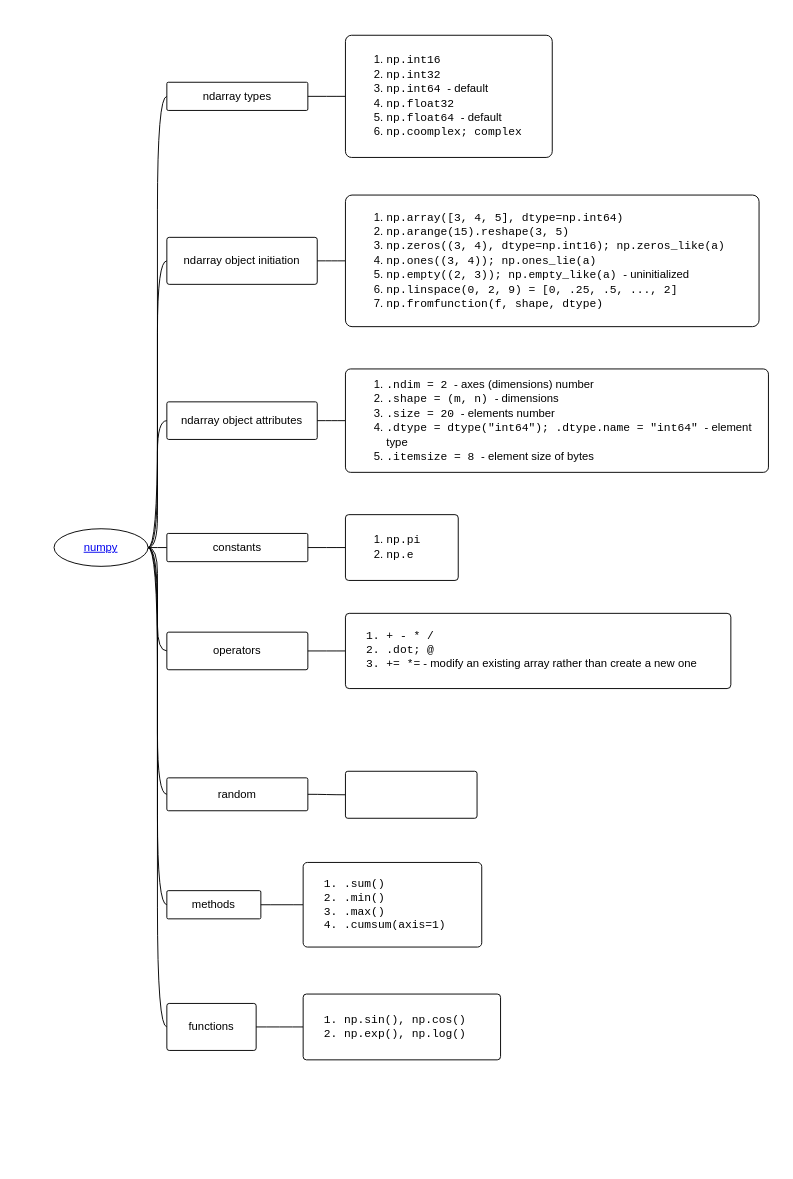
yangdj/tf_docs keeps this draw.io diagram as languages/python/stat/numpy.drawio. Above is the earlier version. Source tidied: cells renumbered, new cells numbered last; positions are measured from the earlier drawing's top-left corner, leaving out a move shared by most shapes. Both pictures are drawn from the tidied source at 94%, with x=0, y=0 at pixel (16, 16).
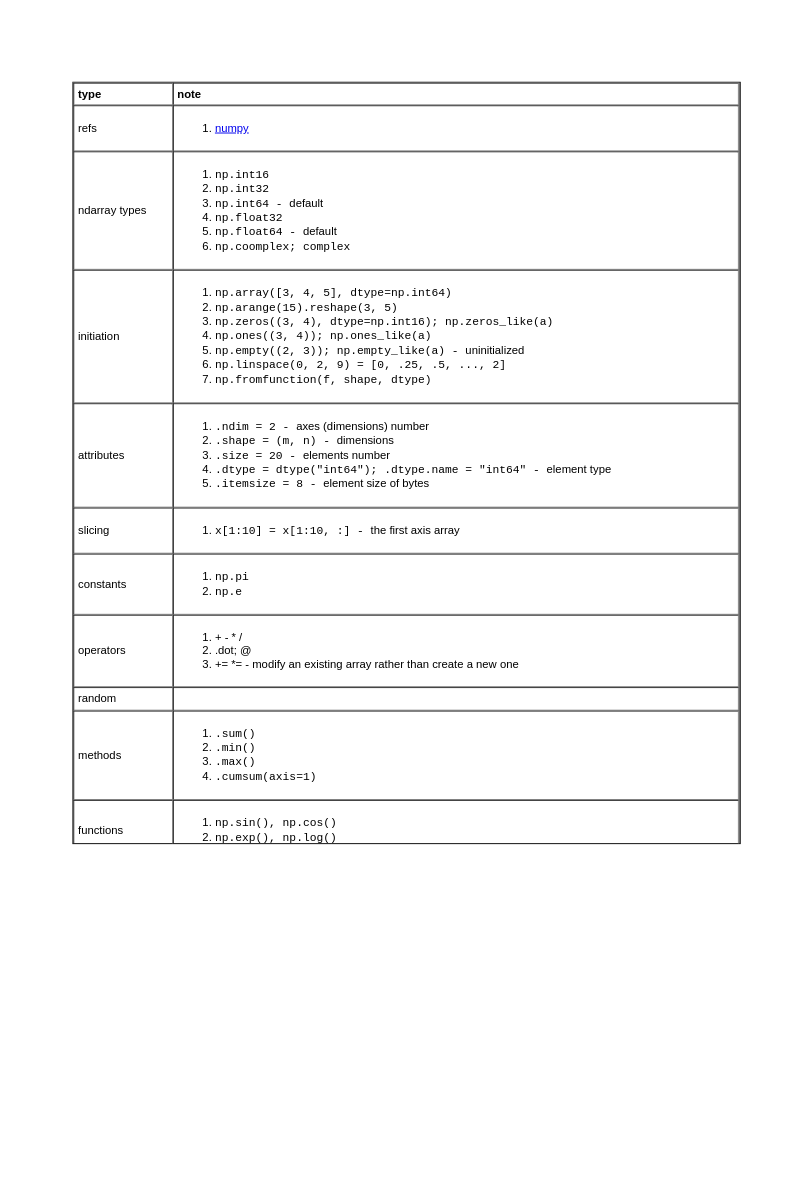
After the change.

The edit, as a diff of the source:
```diff
@@
-    <mxCell id="0" />
-    <mxCell id="1" parent="0" />
-    <mxCell id="2" style="swimlane;html=1;startSize=15;horizontal=1;containerType=tree;strokeColor=none;fillColor=none;" parent="1" vertex="1">
-      <mxGeometry width="810" height="1220" as="geometry" />
-    </mxCell>
-    <mxCell id="3" style="edgeStyle=entityRelationEdgeStyle;startArrow=none;endArrow=none;segment=10;curved=1;" parent="2" edge="1" source="4" target="5">
-      <mxGeometry relative="1" as="geometry" />
-    </mxCell>
-    <mxCell id="4" value="&lt;a href=&quot;https://numpy.org&quot;&gt;numpy&lt;/a&gt;" style="ellipse;whiteSpace=wrap;html=1;align=center;newEdgeStyle={&quot;edgeStyle&quot;:&quot;entityRelationEdgeStyle&quot;,&quot;startArrow&quot;:&quot;none&quot;,&quot;endArrow&quot;:&quot;none&quot;,&quot;segment&quot;:10,&quot;curved&quot;:1};" parent="2" vertex="1">
-      <mxGeometry x="40" y="545" width="100" height="40" as="geometry" />
-    </mxCell>
-    <mxCell id="5" value="&lt;p&gt;ndarray types&lt;/p&gt;" style="whiteSpace=wrap;html=1;rounded=1;arcSize=5;align=center;verticalAlign=middle;strokeWidth=1;spacing=4;newEdgeStyle={&quot;edgeStyle&quot;:&quot;entityRelationEdgeStyle&quot;,&quot;startArrow&quot;:&quot;none&quot;,&quot;endArrow&quot;:&quot;none&quot;,&quot;segment&quot;:10,&quot;curved&quot;:1};direction=east;" parent="2" vertex="1">
-      <mxGeometry x="160" y="70" width="150" height="30" as="geometry" />
-    </mxCell>
-    <mxCell id="6" style="edgeStyle=entityRelationEdgeStyle;startArrow=none;endArrow=none;segment=10;curved=1;" parent="2" edge="1" source="4" target="7">
-      <mxGeometry relative="1" as="geometry" />
-    </mxCell>
-    <mxCell id="7" value="&lt;p&gt;ndarray object attributes&lt;/p&gt;" style="whiteSpace=wrap;html=1;rounded=1;arcSize=5;align=center;verticalAlign=middle;strokeWidth=1;spacing=4;newEdgeStyle={&quot;edgeStyle&quot;:&quot;entityRelationEdgeStyle&quot;,&quot;startArrow&quot;:&quot;none&quot;,&quot;endArrow&quot;:&quot;none&quot;,&quot;segment&quot;:10,&quot;curved&quot;:1};" parent="2" vertex="1">
-      <mxGeometry x="160" y="410" width="160" height="40" as="geometry" />
-    </mxCell>
-    <mxCell id="8" style="edgeStyle=entityRelationEdgeStyle;startArrow=none;endArrow=none;segment=10;curved=1;" parent="2" edge="1" source="4" target="9">
-      <mxGeometry relative="1" as="geometry" />
-    </mxCell>
-    <mxCell id="9" value="&lt;p&gt;ndarray object initiation&lt;/p&gt;" style="whiteSpace=wrap;html=1;rounded=1;arcSize=5;align=center;verticalAlign=middle;strokeWidth=1;spacing=4;newEdgeStyle={&quot;edgeStyle&quot;:&quot;entityRelationEdgeStyle&quot;,&quot;startArrow&quot;:&quot;none&quot;,&quot;endArrow&quot;:&quot;none&quot;,&quot;segment&quot;:10,&quot;curved&quot;:1};direction=east;" parent="2" vertex="1">
-      <mxGeometry x="160" y="235" width="160" height="50" as="geometry" />
-    </mxCell>
-    <mxCell id="10" style="edgeStyle=entityRelationEdgeStyle;startArrow=none;endArrow=none;segment=10;curved=1;" parent="2" edge="1" source="4" target="11">
-      <mxGeometry relative="1" as="geometry" />
-    </mxCell>
-    <mxCell id="11" value="&lt;p&gt;constants&lt;/p&gt;" style="whiteSpace=wrap;html=1;rounded=1;arcSize=5;align=center;verticalAlign=middle;strokeWidth=1;spacing=4;newEdgeStyle={&quot;edgeStyle&quot;:&quot;entityRelationEdgeStyle&quot;,&quot;startArrow&quot;:&quot;none&quot;,&quot;endArrow&quot;:&quot;none&quot;,&quot;segment&quot;:10,&quot;curved&quot;:1};" parent="2" vertex="1">
-      <mxGeometry x="160" y="550" width="150" height="30" as="geometry" />
-    </mxCell>
-    <mxCell id="12" style="edgeStyle=entityRelationEdgeStyle;startArrow=none;endArrow=none;segment=10;curved=1;" parent="2" edge="1" source="5" target="13">
-      <mxGeometry relative="1" as="geometry" />
-    </mxCell>
-    <mxCell id="13" value="&lt;div&gt;&lt;ol&gt;&lt;li&gt;&lt;font face=&quot;Courier New&quot;&gt;np.int16&lt;/font&gt;&lt;/li&gt;&lt;li&gt;&lt;font face=&quot;Courier New&quot;&gt;np.int32&lt;/font&gt;&lt;/li&gt;&lt;li&gt;&lt;font face=&quot;Courier New&quot;&gt;np.int64 &lt;/font&gt;- default&lt;/li&gt;&lt;li&gt;&lt;font face=&quot;Courier New&quot;&gt;np.float32&lt;/font&gt;&lt;/li&gt;&lt;li&gt;&lt;font face=&quot;Courier New&quot;&gt;np.float64 &lt;/font&gt;- default&lt;/li&gt;&lt;li&gt;&lt;font face=&quot;Courier New&quot;&gt;np.coomplex; complex&lt;/font&gt;&lt;/li&gt;&lt;/ol&gt;&lt;/div&gt;" style="whiteSpace=wrap;html=1;rounded=1;arcSize=5;align=left;verticalAlign=middle;strokeWidth=1;spacing=4;newEdgeStyle={&quot;edgeStyle&quot;:&quot;entityRelationEdgeStyle&quot;,&quot;startArrow&quot;:&quot;none&quot;,&quot;endArrow&quot;:&quot;none&quot;,&quot;segment&quot;:10,&quot;curved&quot;:1};direction=east;" parent="2" vertex="1">
-      <mxGeometry x="350" y="20" width="220" height="130" as="geometry" />
-    </mxCell>
-    <mxCell id="14" style="edgeStyle=entityRelationEdgeStyle;startArrow=none;endArrow=none;segment=10;curved=1;" parent="2" edge="1" source="9" target="15">
-      <mxGeometry relative="1" as="geometry" />
-    </mxCell>
-    <mxCell id="15" value="&lt;div&gt;&lt;ol&gt;&lt;li&gt;&lt;font face=&quot;Courier New&quot;&gt;np.array([3, 4, 5], dtype=np.int64)&lt;/font&gt;&lt;/li&gt;&lt;li&gt;&lt;font face=&quot;Courier New&quot;&gt;np.arange(15).reshape(3, 5)&lt;/font&gt;&lt;/li&gt;&lt;li&gt;&lt;font face=&quot;Courier New&quot;&gt;np.zeros((3, 4), dtype=np.int16); np.zeros_like(a)&lt;/font&gt;&lt;/li&gt;&lt;li&gt;&lt;font face=&quot;Courier New&quot;&gt;np.ones((3, 4)); np.ones_lie(a)&lt;/font&gt;&lt;/li&gt;&lt;li&gt;&lt;font face=&quot;Courier New&quot;&gt;np.empty((2, 3)); np.empty_like(a)&amp;nbsp;&lt;/font&gt;- uninitialized&lt;/li&gt;&lt;li&gt;&lt;font face=&quot;Courier New&quot;&gt;np.linspace(0, 2, 9) = [0, .25, .5, ..., 2]&lt;/font&gt;&lt;/li&gt;&lt;li&gt;&lt;font face=&quot;Courier New&quot;&gt;np.fromfunction(f, shape, dtype)&lt;/font&gt;&lt;/li&gt;&lt;/ol&gt;&lt;/div&gt;" style="whiteSpace=wrap;html=1;rounded=1;arcSize=5;align=left;verticalAlign=middle;strokeWidth=1;spacing=4;newEdgeStyle={&quot;edgeStyle&quot;:&quot;entityRelationEdgeStyle&quot;,&quot;startArrow&quot;:&quot;none&quot;,&quot;endArrow&quot;:&quot;none&quot;,&quot;segment&quot;:10,&quot;curved&quot;:1};direction=east;" parent="2" vertex="1">
-      <mxGeometry x="350" y="190" width="440" height="140" as="geometry" />
-    </mxCell>
-    <mxCell id="16" style="edgeStyle=entityRelationEdgeStyle;startArrow=none;endArrow=none;segment=10;curved=1;" parent="2" edge="1" source="7" target="17">
-      <mxGeometry relative="1" as="geometry" />
-    </mxCell>
-    <mxCell id="17" value="&lt;div&gt;&lt;ol&gt;&lt;li&gt;&lt;font face=&quot;Courier New&quot;&gt;.ndim = 2&amp;nbsp;&lt;/font&gt;- axes (dimensions) number&lt;/li&gt;&lt;li&gt;&lt;font face=&quot;Courier New&quot;&gt;.shape = (m, n)&amp;nbsp;&lt;/font&gt;- dimensions&lt;/li&gt;&lt;li&gt;&lt;font face=&quot;Courier New&quot;&gt;.size = 20&amp;nbsp;&lt;/font&gt;- elements number&lt;/li&gt;&lt;li&gt;&lt;font face=&quot;Courier New&quot;&gt;.dtype = dtype(&quot;int64&quot;); .dtype.name = &quot;int64&quot;&amp;nbsp;&lt;/font&gt;- element type&lt;/li&gt;&lt;li&gt;&lt;font face=&quot;Courier New&quot;&gt;.itemsize = 8&amp;nbsp;&lt;/font&gt;- element size of bytes&lt;/li&gt;&lt;/ol&gt;&lt;/div&gt;" style="whiteSpace=wrap;html=1;rounded=1;arcSize=5;align=left;verticalAlign=middle;strokeWidth=1;spacing=4;newEdgeStyle={&quot;edgeStyle&quot;:&quot;entityRelationEdgeStyle&quot;,&quot;startArrow&quot;:&quot;none&quot;,&quot;endArrow&quot;:&quot;none&quot;,&quot;segment&quot;:10,&quot;curved&quot;:1};" parent="2" vertex="1">
-      <mxGeometry x="350" y="375" width="450" height="110" as="geometry" />
-    </mxCell>
-    <mxCell id="18" style="edgeStyle=entityRelationEdgeStyle;startArrow=none;endArrow=none;segment=10;curved=1;" parent="2" edge="1" source="11" target="19">
-      <mxGeometry relative="1" as="geometry" />
-    </mxCell>
-    <mxCell id="19" value="&lt;div&gt;&lt;ol&gt;&lt;li&gt;&lt;font face=&quot;Courier New&quot;&gt;np.pi&lt;/font&gt;&lt;/li&gt;&lt;li&gt;&lt;font face=&quot;Courier New&quot;&gt;np.e&lt;/font&gt;&lt;/li&gt;&lt;/ol&gt;&lt;/div&gt;" style="whiteSpace=wrap;html=1;rounded=1;arcSize=5;align=left;verticalAlign=middle;strokeWidth=1;spacing=4;newEdgeStyle={&quot;edgeStyle&quot;:&quot;entityRelationEdgeStyle&quot;,&quot;startArrow&quot;:&quot;none&quot;,&quot;endArrow&quot;:&quot;none&quot;,&quot;segment&quot;:10,&quot;curved&quot;:1};" parent="2" vertex="1">
-      <mxGeometry x="350" y="530" width="120" height="70" as="geometry" />
-    </mxCell>
-    <mxCell id="20" style="edgeStyle=entityRelationEdgeStyle;startArrow=none;endArrow=none;segment=10;curved=1;" parent="2" edge="1" source="4" target="21">
-      <mxGeometry relative="1" as="geometry" />
-    </mxCell>
-    <mxCell id="21" value="&lt;p&gt;operators&lt;/p&gt;" style="whiteSpace=wrap;html=1;rounded=1;arcSize=5;align=center;verticalAlign=middle;strokeWidth=1;spacing=4;newEdgeStyle={&quot;edgeStyle&quot;:&quot;entityRelationEdgeStyle&quot;,&quot;startArrow&quot;:&quot;none&quot;,&quot;endArrow&quot;:&quot;none&quot;,&quot;segment&quot;:10,&quot;curved&quot;:1};" parent="2" vertex="1">
-      <mxGeometry x="160" y="655" width="150" height="40" as="geometry" />
-    </mxCell>
-    <mxCell id="22" style="edgeStyle=entityRelationEdgeStyle;startArrow=none;endArrow=none;segment=10;curved=1;" parent="2" edge="1" source="21" target="23">
-      <mxGeometry relative="1" as="geometry" />
-    </mxCell>
-    <mxCell id="23" value="&lt;p&gt;&lt;/p&gt;&lt;ol&gt;&lt;li&gt;+ - * /&lt;/li&gt;&lt;li&gt;.dot; @&lt;/li&gt;&lt;li&gt;+= *=&lt;font face=&quot;Helvetica&quot;&gt;&amp;nbsp;- modify an existing array rather than create a new one&lt;/font&gt;&lt;/li&gt;&lt;/ol&gt;&lt;p&gt;&lt;/p&gt;" style="whiteSpace=wrap;html=1;rounded=1;arcSize=5;align=left;verticalAlign=middle;strokeWidth=1;spacing=4;newEdgeStyle={&quot;edgeStyle&quot;:&quot;entityRelationEdgeStyle&quot;,&quot;startArrow&quot;:&quot;none&quot;,&quot;endArrow&quot;:&quot;none&quot;,&quot;segment&quot;:10,&quot;curved&quot;:1};fontFamily=Courier New;" parent="2" vertex="1">
-      <mxGeometry x="350" y="635" width="410" height="80" as="geometry" />
-    </mxCell>
-    <mxCell id="24" style="edgeStyle=entityRelationEdgeStyle;startArrow=none;endArrow=none;segment=10;curved=1;" parent="2" edge="1" source="4" target="25">
-      <mxGeometry relative="1" as="geometry" />
-    </mxCell>
-    <mxCell id="25" value="&lt;p&gt;random&lt;/p&gt;" style="whiteSpace=wrap;html=1;rounded=1;arcSize=5;align=center;verticalAlign=middle;strokeWidth=1;spacing=4;newEdgeStyle={&quot;edgeStyle&quot;:&quot;entityRelationEdgeStyle&quot;,&quot;startArrow&quot;:&quot;none&quot;,&quot;endArrow&quot;:&quot;none&quot;,&quot;segment&quot;:10,&quot;curved&quot;:1};" parent="2" vertex="1">
-      <mxGeometry x="160" y="810" width="150" height="35" as="geometry" />
-    </mxCell>
-    <mxCell id="26" style="edgeStyle=entityRelationEdgeStyle;startArrow=none;endArrow=none;segment=10;curved=1;" parent="2" edge="1" source="25" target="27">
-      <mxGeometry relative="1" as="geometry" />
-    </mxCell>
-    <mxCell id="27" value="&lt;p&gt;&lt;br&gt;&lt;/p&gt;" style="whiteSpace=wrap;html=1;rounded=1;arcSize=5;align=center;verticalAlign=middle;strokeWidth=1;spacing=4;newEdgeStyle={&quot;edgeStyle&quot;:&quot;entityRelationEdgeStyle&quot;,&quot;startArrow&quot;:&quot;none&quot;,&quot;endArrow&quot;:&quot;none&quot;,&quot;segment&quot;:10,&quot;curved&quot;:1};" parent="2" vertex="1">
-      <mxGeometry x="350" y="803" width="140" height="50" as="geometry" />
-    </mxCell>
-    <mxCell id="28" style="edgeStyle=entityRelationEdgeStyle;startArrow=none;endArrow=none;segment=10;curved=1;" parent="2" edge="1" source="4" target="29">
-      <mxGeometry relative="1" as="geometry" />
-    </mxCell>
-    <mxCell id="29" value="&lt;p&gt;methods&lt;/p&gt;" style="whiteSpace=wrap;html=1;rounded=1;arcSize=5;align=center;verticalAlign=middle;strokeWidth=1;spacing=4;newEdgeStyle={&quot;edgeStyle&quot;:&quot;entityRelationEdgeStyle&quot;,&quot;startArrow&quot;:&quot;none&quot;,&quot;endArrow&quot;:&quot;none&quot;,&quot;segment&quot;:10,&quot;curved&quot;:1};" parent="2" vertex="1">
-      <mxGeometry x="160" y="930" width="100" height="30" as="geometry" />
-    </mxCell>
-    <mxCell id="30" style="edgeStyle=entityRelationEdgeStyle;startArrow=none;endArrow=none;segment=10;curved=1;" parent="2" edge="1" source="29" target="31">
-      <mxGeometry relative="1" as="geometry" />
-    </mxCell>
-    <mxCell id="31" value="&lt;p&gt;&lt;/p&gt;&lt;ol&gt;&lt;li&gt;.sum()&lt;/li&gt;&lt;li&gt;.min()&lt;/li&gt;&lt;li&gt;.max()&lt;/li&gt;&lt;li&gt;.cumsum(axis=1)&lt;/li&gt;&lt;/ol&gt;&lt;p&gt;&lt;/p&gt;" style="whiteSpace=wrap;html=1;rounded=1;arcSize=5;align=left;verticalAlign=middle;strokeWidth=1;spacing=4;newEdgeStyle={&quot;edgeStyle&quot;:&quot;entityRelationEdgeStyle&quot;,&quot;startArrow&quot;:&quot;none&quot;,&quot;endArrow&quot;:&quot;none&quot;,&quot;segment&quot;:10,&quot;curved&quot;:1};fontFamily=Courier New;" parent="2" vertex="1">
-      <mxGeometry x="305" y="900" width="190" height="90" as="geometry" />
-    </mxCell>
-    <mxCell id="32" style="edgeStyle=entityRelationEdgeStyle;startArrow=none;endArrow=none;segment=10;curved=1;" parent="2" edge="1" source="4" target="33">
-      <mxGeometry relative="1" as="geometry" />
-    </mxCell>
-    <mxCell id="33" value="&lt;p&gt;functions&lt;/p&gt;" style="whiteSpace=wrap;html=1;rounded=1;arcSize=5;align=center;verticalAlign=middle;strokeWidth=1;spacing=4;newEdgeStyle={&quot;edgeStyle&quot;:&quot;entityRelationEdgeStyle&quot;,&quot;startArrow&quot;:&quot;none&quot;,&quot;endArrow&quot;:&quot;none&quot;,&quot;segment&quot;:10,&quot;curved&quot;:1};" parent="2" vertex="1">
-      <mxGeometry x="160" y="1050" width="95" height="50" as="geometry" />
-    </mxCell>
-    <mxCell id="34" style="edgeStyle=entityRelationEdgeStyle;startArrow=none;endArrow=none;segment=10;curved=1;" parent="2" edge="1" source="33" target="35">
-      <mxGeometry relative="1" as="geometry" />
-    </mxCell>
-    <mxCell id="35" value="&lt;p&gt;&lt;/p&gt;&lt;ol&gt;&lt;li&gt;np.sin(), np.cos()&lt;/li&gt;&lt;li&gt;np.exp(), np.log()&lt;/li&gt;&lt;/ol&gt;&lt;p&gt;&lt;/p&gt;" style="whiteSpace=wrap;html=1;rounded=1;arcSize=5;align=left;verticalAlign=middle;strokeWidth=1;spacing=4;newEdgeStyle={&quot;edgeStyle&quot;:&quot;entityRelationEdgeStyle&quot;,&quot;startArrow&quot;:&quot;none&quot;,&quot;endArrow&quot;:&quot;none&quot;,&quot;segment&quot;:10,&quot;curved&quot;:1};fontFamily=Courier New;" parent="2" vertex="1">
-      <mxGeometry x="305" y="1040" width="210" height="70" as="geometry" />
-    </mxCell>
+    <mxCell id="36" />
+    <mxCell id="37" parent="36" />
+    <mxCell id="38" value="&lt;table cellpadding=&quot;4&quot; cellspacing=&quot;0&quot; border=&quot;1&quot; style=&quot;font-size: 1em ; width: 100% ; height: 100%&quot;&gt;&lt;tbody&gt;&lt;tr&gt;&lt;th&gt;type&lt;/th&gt;&lt;th&gt;note&lt;/th&gt;&lt;/tr&gt;&lt;tr&gt;&lt;td&gt;refs&lt;/td&gt;&lt;td&gt;&lt;ol&gt;&lt;li&gt;&lt;a href=&quot;https://numpy.org/devdocs/reference/index.html#reference&quot;&gt;numpy&lt;/a&gt;&lt;/li&gt;&lt;/ol&gt;&lt;/td&gt;&lt;/tr&gt;&lt;tr&gt;&lt;td&gt;&lt;span style=&quot;text-align: center&quot;&gt;ndarray types&lt;/span&gt;&lt;/td&gt;&lt;td&gt;&lt;ol&gt;&lt;li&gt;&lt;font face=&quot;Courier New&quot;&gt;np.int16&lt;/font&gt;&lt;/li&gt;&lt;li&gt;&lt;font face=&quot;Courier New&quot;&gt;np.int32&lt;/font&gt;&lt;/li&gt;&lt;li&gt;&lt;font face=&quot;Courier New&quot;&gt;np.int64 -&amp;nbsp;&lt;/font&gt;default&lt;/li&gt;&lt;li&gt;&lt;font face=&quot;Courier New&quot;&gt;np.float32&lt;/font&gt;&lt;/li&gt;&lt;li&gt;&lt;font face=&quot;Courier New&quot;&gt;np.float64 -&amp;nbsp;&lt;/font&gt;default&lt;/li&gt;&lt;li&gt;&lt;font face=&quot;Courier New&quot;&gt;np.coomplex; complex&lt;/font&gt;&lt;/li&gt;&lt;/ol&gt;&lt;/td&gt;&lt;/tr&gt;&lt;tr&gt;&lt;td&gt;&lt;span style=&quot;text-align: center&quot;&gt;initiation&lt;/span&gt;&lt;/td&gt;&lt;td&gt;&lt;ol&gt;&lt;li&gt;&lt;font face=&quot;Courier New&quot;&gt;np.array([3, 4, 5], dtype=np.int64)&lt;/font&gt;&lt;/li&gt;&lt;li&gt;&lt;font face=&quot;Courier New&quot;&gt;np.arange(15).reshape(3, 5)&lt;/font&gt;&lt;/li&gt;&lt;li&gt;&lt;font face=&quot;Courier New&quot;&gt;np.zeros((3, 4), dtype=np.int16); np.zeros_like(a)&lt;/font&gt;&lt;/li&gt;&lt;li&gt;&lt;font face=&quot;Courier New&quot;&gt;np.ones((3, 4)); np.ones_like(a)&lt;/font&gt;&lt;/li&gt;&lt;li&gt;&lt;font face=&quot;Courier New&quot;&gt;np.empty((2, 3)); np.empty_like(a)&amp;nbsp;-&amp;nbsp;&lt;/font&gt;uninitialized&lt;/li&gt;&lt;li&gt;&lt;font face=&quot;Courier New&quot;&gt;np.linspace(0, 2, 9) = [0, .25, .5, ..., 2]&lt;/font&gt;&lt;/li&gt;&lt;li&gt;&lt;font face=&quot;Courier New&quot;&gt;np.fromfunction(f, shape, dtype)&lt;/font&gt;&lt;/li&gt;&lt;/ol&gt;&lt;/td&gt;&lt;/tr&gt;&lt;tr&gt;&lt;td&gt;&lt;span style=&quot;text-align: center&quot;&gt;attributes&lt;/span&gt;&lt;br&gt;&lt;/td&gt;&lt;td&gt;&lt;ol&gt;&lt;li&gt;&lt;font face=&quot;Courier New&quot;&gt;.ndim = 2&amp;nbsp;-&amp;nbsp;&lt;/font&gt;axes (dimensions) number&lt;/li&gt;&lt;li&gt;&lt;font face=&quot;Courier New&quot;&gt;.shape = (m, n)&amp;nbsp;-&amp;nbsp;&lt;/font&gt;dimensions&lt;/li&gt;&lt;li&gt;&lt;font face=&quot;Courier New&quot;&gt;.size = 20&amp;nbsp;-&amp;nbsp;&lt;/font&gt;elements number&lt;/li&gt;&lt;li&gt;&lt;font face=&quot;Courier New&quot;&gt;.dtype = dtype(&quot;int64&quot;); .dtype.name = &quot;int64&quot;&amp;nbsp;-&amp;nbsp;&lt;/font&gt;element type&lt;/li&gt;&lt;li&gt;&lt;font face=&quot;Courier New&quot;&gt;.itemsize = 8&amp;nbsp;-&amp;nbsp;&lt;/font&gt;element size of bytes&lt;/li&gt;&lt;/ol&gt;&lt;/td&gt;&lt;/tr&gt;&lt;tr&gt;&lt;td&gt;&lt;span style=&quot;text-align: center&quot;&gt;slicing&lt;/span&gt;&lt;br&gt;&lt;/td&gt;&lt;td&gt;&lt;ol&gt;&lt;li&gt;&lt;font face=&quot;Courier New&quot;&gt;x[1:10] = x[1:10, :] - &lt;/font&gt;the first axis array&lt;/li&gt;&lt;/ol&gt;&lt;/td&gt;&lt;/tr&gt;&lt;tr&gt;&lt;td&gt;&lt;span style=&quot;text-align: center&quot;&gt;constants&lt;/span&gt;&lt;br&gt;&lt;/td&gt;&lt;td&gt;&lt;ol&gt;&lt;li&gt;&lt;font face=&quot;Courier New&quot;&gt;np.pi&lt;/font&gt;&lt;/li&gt;&lt;li&gt;&lt;font face=&quot;Courier New&quot;&gt;np.e&lt;/font&gt;&lt;/li&gt;&lt;/ol&gt;&lt;/td&gt;&lt;/tr&gt;&lt;tr&gt;&lt;td&gt;&lt;span style=&quot;text-align: center&quot;&gt;operators&lt;/span&gt;&lt;br&gt;&lt;/td&gt;&lt;td&gt;&lt;ol&gt;&lt;li&gt;+ - * /&lt;/li&gt;&lt;li&gt;.dot; @&lt;/li&gt;&lt;li&gt;+= *=&lt;font face=&quot;Helvetica&quot; style=&quot;font-size: 1em&quot;&gt;&amp;nbsp;- modify an existing array rather than create a new one&lt;/font&gt;&lt;/li&gt;&lt;/ol&gt;&lt;/td&gt;&lt;/tr&gt;&lt;tr&gt;&lt;td&gt;&lt;span style=&quot;text-align: center&quot;&gt;random&lt;/span&gt;&lt;br&gt;&lt;/td&gt;&lt;td&gt;&lt;br&gt;&lt;/td&gt;&lt;/tr&gt;&lt;tr&gt;&lt;td&gt;&lt;span style=&quot;text-align: center&quot;&gt;methods&lt;/span&gt;&lt;br&gt;&lt;/td&gt;&lt;td&gt;&lt;ol&gt;&lt;li&gt;&lt;font face=&quot;Courier New&quot;&gt;.sum()&lt;/font&gt;&lt;/li&gt;&lt;li&gt;&lt;font face=&quot;Courier New&quot;&gt;.min()&lt;/font&gt;&lt;/li&gt;&lt;li&gt;&lt;font face=&quot;Courier New&quot;&gt;.max()&lt;/font&gt;&lt;/li&gt;&lt;li&gt;&lt;font face=&quot;Courier New&quot;&gt;.cumsum(axis=1)&lt;/font&gt;&lt;/li&gt;&lt;/ol&gt;&lt;/td&gt;&lt;/tr&gt;&lt;tr&gt;&lt;td&gt;&lt;span style=&quot;text-align: center&quot;&gt;functions&lt;/span&gt;&lt;br&gt;&lt;/td&gt;&lt;td&gt;&lt;ol&gt;&lt;li&gt;&lt;font face=&quot;Courier New&quot;&gt;np.sin(), np.cos()&lt;/font&gt;&lt;/li&gt;&lt;li&gt;&lt;font face=&quot;Courier New&quot;&gt;np.exp(), np.log()&lt;/font&gt;&lt;/li&gt;&lt;/ol&gt;&lt;/td&gt;&lt;/tr&gt;&lt;/tbody&gt;&lt;/table&gt; " style="verticalAlign=top;align=left;overflow=fill;fontSize=12;fontFamily=Helvetica;html=1;" parent="37" vertex="1">
+      <mxGeometry x="60" y="70" width="710" height="810" as="geometry" />
+    </mxCell>
```
